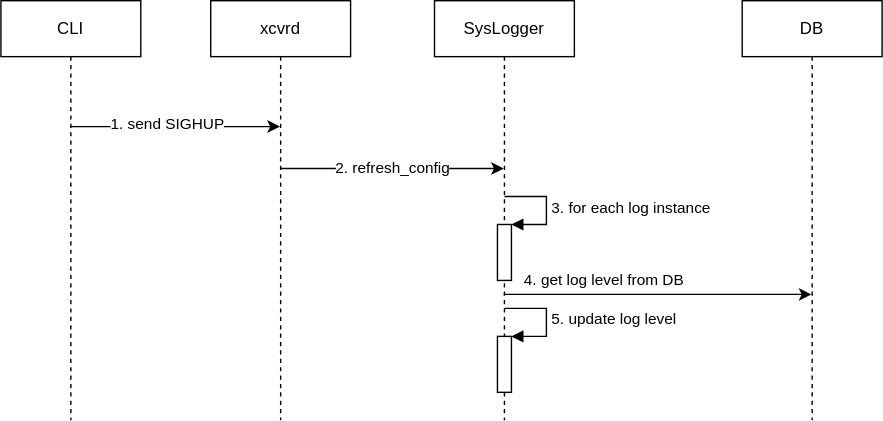
Above: doc/syslog/images/python_logger_refresh_config_flow.svg in sonic-net/SONiC (draw.io), before the change. Source tidied: cells renumbered, new cells last; positions are measured from the earlier drawing's top-left corner, leaving out a move shared by most shapes. Its diagram source:
```xml
<mxGraphModel>
  <root>
    <mxCell id="0" />
    <mxCell id="1" parent="0" />
    <mxCell id="2" style="edgeStyle=none;html=1;" parent="1" edge="1" source="4" target="6">
      <mxGeometry relative="1" as="geometry">
        <Array as="points">
          <mxPoint x="150" y="90" />
          <mxPoint x="190" y="90" />
        </Array>
      </mxGeometry>
    </mxCell>
    <mxCell id="3" value="1. send SIGHUP" style="edgeLabel;html=1;align=center;verticalAlign=middle;" parent="2" vertex="1">
      <mxGeometry x="-0.09" y="3" relative="1" as="geometry">
        <mxPoint x="1" as="offset" />
      </mxGeometry>
    </mxCell>
    <mxCell id="4" value="CLI" style="shape=umlLifeline;perimeter=lifelinePerimeter;whiteSpace=wrap;html=1;outlineConnect=0;" parent="1" vertex="1">
      <mxGeometry width="100" height="300" as="geometry" />
    </mxCell>
    <mxCell id="5" value="2. refresh_config" style="edgeStyle=none;html=1;" parent="1" edge="1" source="6" target="8">
      <mxGeometry relative="1" as="geometry">
        <Array as="points">
          <mxPoint x="320" y="120" />
        </Array>
      </mxGeometry>
    </mxCell>
    <mxCell id="6" value="xcvrd" style="shape=umlLifeline;perimeter=lifelinePerimeter;whiteSpace=wrap;html=1;outlineConnect=0;" parent="1" vertex="1">
      <mxGeometry x="150" width="100" height="300" as="geometry" />
    </mxCell>
    <mxCell id="7" value="4. get log level from DB" style="edgeStyle=none;html=1;" parent="1" edge="1" source="8" target="13">
      <mxGeometry x="-0.36" y="10" relative="1" as="geometry">
        <Array as="points">
          <mxPoint x="450" y="210" />
        </Array>
        <mxPoint x="1" as="offset" />
      </mxGeometry>
    </mxCell>
    <mxCell id="8" value="SysLogger" style="shape=umlLifeline;perimeter=lifelinePerimeter;whiteSpace=wrap;html=1;outlineConnect=0;" parent="1" vertex="1">
      <mxGeometry x="310" width="100" height="300" as="geometry" />
    </mxCell>
    <mxCell id="9" style="html=1;points=[];perimeter=orthogonalPerimeter;" parent="8" vertex="1">
      <mxGeometry x="45" y="240" width="10" height="40" as="geometry" />
    </mxCell>
    <mxCell id="10" value="5. update log level" style="edgeStyle=orthogonalEdgeStyle;html=1;align=left;spacingLeft=2;endArrow=block;rounded=0;entryX=1;entryY=0;" parent="8" edge="1" target="9">
      <mxGeometry relative="1" as="geometry">
        <mxPoint x="50" y="220" as="sourcePoint" />
        <Array as="points">
          <mxPoint x="80" y="220" />
        </Array>
      </mxGeometry>
    </mxCell>
    <mxCell id="11" style="html=1;points=[];perimeter=orthogonalPerimeter;" parent="8" vertex="1">
      <mxGeometry x="45" y="160" width="10" height="40" as="geometry" />
    </mxCell>
    <mxCell id="12" value="3. for each log instance" style="edgeStyle=orthogonalEdgeStyle;html=1;align=left;spacingLeft=2;endArrow=block;rounded=0;entryX=1;entryY=0;" parent="8" edge="1" target="11">
      <mxGeometry relative="1" as="geometry">
        <mxPoint x="50" y="140" as="sourcePoint" />
        <Array as="points">
          <mxPoint x="80" y="140" />
        </Array>
      </mxGeometry>
    </mxCell>
    <mxCell id="13" value="DB" style="shape=umlLifeline;perimeter=lifelinePerimeter;whiteSpace=wrap;html=1;outlineConnect=0;" parent="1" vertex="1">
      <mxGeometry x="530" width="100" height="300" as="geometry" />
    </mxCell>
  </root>
</mxGraphModel>
```
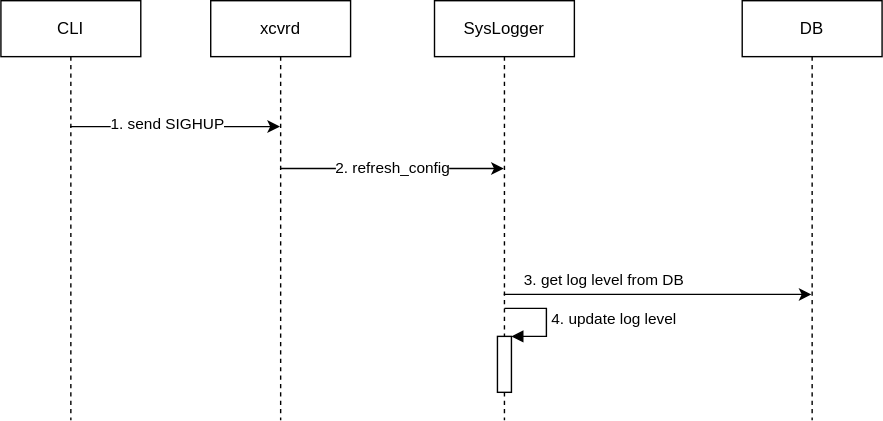
After the commit.

Change to the diagram source:
```diff
@@ -28,7 +28,7 @@
     <mxCell id="6" value="xcvrd" style="shape=umlLifeline;perimeter=lifelinePerimeter;whiteSpace=wrap;html=1;outlineConnect=0;" parent="1" vertex="1">
       <mxGeometry x="150" width="100" height="300" as="geometry" />
     </mxCell>
-    <mxCell id="7" value="4. get log level from DB" style="edgeStyle=none;html=1;" parent="1" edge="1" source="8" target="13">
+    <mxCell id="7" value="3. get log level from DB" style="edgeStyle=none;html=1;" parent="1" edge="1" source="8" target="13">
       <mxGeometry x="-0.36" y="10" relative="1" as="geometry">
         <Array as="points">
           <mxPoint x="450" y="210" />
@@ -42,7 +42,7 @@
     <mxCell id="9" style="html=1;points=[];perimeter=orthogonalPerimeter;" parent="8" vertex="1">
       <mxGeometry x="45" y="240" width="10" height="40" as="geometry" />
     </mxCell>
-    <mxCell id="10" value="5. update log level" style="edgeStyle=orthogonalEdgeStyle;html=1;align=left;spacingLeft=2;endArrow=block;rounded=0;entryX=1;entryY=0;" parent="8" edge="1" target="9">
+    <mxCell id="10" value="4. update log level" style="edgeStyle=orthogonalEdgeStyle;html=1;align=left;spacingLeft=2;endArrow=block;rounded=0;entryX=1;entryY=0;" parent="8" edge="1" target="9">
       <mxGeometry relative="1" as="geometry">
         <mxPoint x="50" y="220" as="sourcePoint" />
         <Array as="points">
@@ -50,17 +50,6 @@
         </Array>
       </mxGeometry>
     </mxCell>
-    <mxCell id="11" style="html=1;points=[];perimeter=orthogonalPerimeter;" parent="8" vertex="1">
-      <mxGeometry x="45" y="160" width="10" height="40" as="geometry" />
-    </mxCell>
-    <mxCell id="12" value="3. for each log instance" style="edgeStyle=orthogonalEdgeStyle;html=1;align=left;spacingLeft=2;endArrow=block;rounded=0;entryX=1;entryY=0;" parent="8" edge="1" target="11">
-      <mxGeometry relative="1" as="geometry">
-        <mxPoint x="50" y="140" as="sourcePoint" />
-        <Array as="points">
-          <mxPoint x="80" y="140" />
-        </Array>
-      </mxGeometry>
-    </mxCell>
     <mxCell id="13" value="DB" style="shape=umlLifeline;perimeter=lifelinePerimeter;whiteSpace=wrap;html=1;outlineConnect=0;" parent="1" vertex="1">
       <mxGeometry x="530" width="100" height="300" as="geometry" />
     </mxCell>
```
